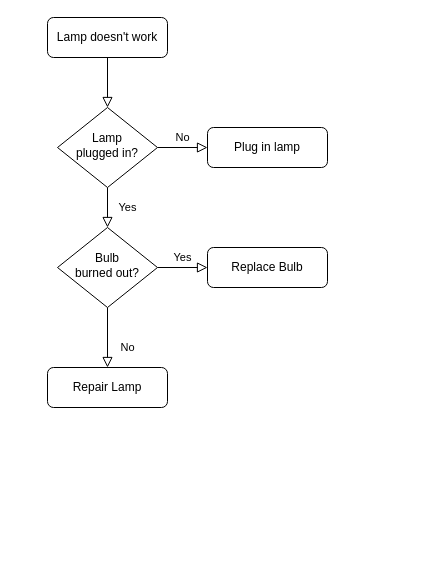
The draw.io diagram Untitled Diagram.drawio in cristiansp22/ionic, before the edit. Source tidied: cells renumbered, new cells numbered last; positions are measured from the earlier drawing's top-left corner, leaving out a move shared by most shapes. Both pictures are drawn from the tidied source at 100%, with x=0, y=0 at pixel (47, 17).
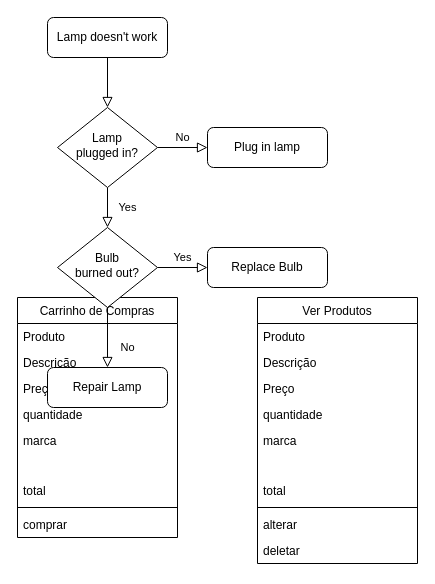
The same page after the edit.

Diff of the diagram source:
```diff
@@
+    <mxCell id="13" value="Ver Produtos" style="swimlane;fontStyle=0;align=center;verticalAlign=top;horizontal=1;startSize=26;rounded=0;shadow=0;strokeWidth=1;" parent="1" vertex="1">
+      <mxGeometry x="210" y="280" width="160" height="266" as="geometry" />
+    </mxCell>
+    <mxCell id="14" value="Produto" style="text;align=left;verticalAlign=top;spacingLeft=4;spacingRight=4;overflow=hidden;" parent="13" vertex="1">
+      <mxGeometry y="26" width="160" height="26" as="geometry" />
+    </mxCell>
+    <mxCell id="15" value="Descrição" style="text;align=left;verticalAlign=top;spacingLeft=4;spacingRight=4;overflow=hidden;rounded=0;shadow=0;html=0;" parent="13" vertex="1">
+      <mxGeometry y="52" width="160" height="26" as="geometry" />
+    </mxCell>
+    <mxCell id="16" value="Preço" style="text;align=left;verticalAlign=top;spacingLeft=4;spacingRight=4;overflow=hidden;rounded=0;shadow=0;html=0;" parent="13" vertex="1">
+      <mxGeometry y="78" width="160" height="26" as="geometry" />
+    </mxCell>
+    <mxCell id="17" value="quantidade" style="text;align=left;verticalAlign=top;spacingLeft=4;spacingRight=4;overflow=hidden;rounded=0;shadow=0;html=0;" parent="13" vertex="1">
+      <mxGeometry y="104" width="160" height="26" as="geometry" />
+    </mxCell>
+    <mxCell id="18" value="marca" style="text;align=left;verticalAlign=top;spacingLeft=4;spacingRight=4;overflow=hidden;rounded=0;shadow=0;html=0;" parent="13" vertex="1">
+      <mxGeometry y="130" width="160" height="50" as="geometry" />
+    </mxCell>
+    <mxCell id="19" value="total" style="text;align=left;verticalAlign=top;spacingLeft=4;spacingRight=4;overflow=hidden;" parent="13" vertex="1">
+      <mxGeometry y="180" width="160" height="26" as="geometry" />
+    </mxCell>
+    <mxCell id="20" style="line;html=1;strokeWidth=1;align=left;verticalAlign=middle;spacingTop=-1;spacingLeft=3;spacingRight=3;labelPosition=right;" parent="13" vertex="1">
+      <mxGeometry y="206" width="160" height="8" as="geometry" />
+    </mxCell>
+    <mxCell id="21" value="alterar" style="text;align=left;verticalAlign=top;spacingLeft=4;spacingRight=4;overflow=hidden;" parent="13" vertex="1">
+      <mxGeometry y="214" width="160" height="26" as="geometry" />
+    </mxCell>
+    <mxCell id="22" value="deletar" style="text;align=left;verticalAlign=top;spacingLeft=4;spacingRight=4;overflow=hidden;" parent="13" vertex="1">
+      <mxGeometry y="240" width="160" height="26" as="geometry" />
+    </mxCell>
@@
+    <mxCell id="23" value="Carrinho de Compras" style="swimlane;fontStyle=0;align=center;verticalAlign=top;horizontal=1;startSize=26;rounded=0;shadow=0;strokeWidth=1;" parent="1" vertex="1">
+      <mxGeometry x="-30" y="280" width="160" height="240" as="geometry" />
+    </mxCell>
+    <mxCell id="24" value="Produto" style="text;align=left;verticalAlign=top;spacingLeft=4;spacingRight=4;overflow=hidden;" parent="23" vertex="1">
+      <mxGeometry y="26" width="160" height="26" as="geometry" />
+    </mxCell>
+    <mxCell id="25" value="Descrição" style="text;align=left;verticalAlign=top;spacingLeft=4;spacingRight=4;overflow=hidden;rounded=0;shadow=0;html=0;" parent="23" vertex="1">
+      <mxGeometry y="52" width="160" height="26" as="geometry" />
+    </mxCell>
+    <mxCell id="26" value="Preço" style="text;align=left;verticalAlign=top;spacingLeft=4;spacingRight=4;overflow=hidden;rounded=0;shadow=0;html=0;" parent="23" vertex="1">
+      <mxGeometry y="78" width="160" height="26" as="geometry" />
+    </mxCell>
+    <mxCell id="27" value="quantidade" style="text;align=left;verticalAlign=top;spacingLeft=4;spacingRight=4;overflow=hidden;rounded=0;shadow=0;html=0;" parent="23" vertex="1">
+      <mxGeometry y="104" width="160" height="26" as="geometry" />
+    </mxCell>
+    <mxCell id="28" value="marca" style="text;align=left;verticalAlign=top;spacingLeft=4;spacingRight=4;overflow=hidden;rounded=0;shadow=0;html=0;" parent="23" vertex="1">
+      <mxGeometry y="130" width="160" height="50" as="geometry" />
+    </mxCell>
+    <mxCell id="29" value="total" style="text;align=left;verticalAlign=top;spacingLeft=4;spacingRight=4;overflow=hidden;" parent="23" vertex="1">
+      <mxGeometry y="180" width="160" height="26" as="geometry" />
+    </mxCell>
+    <mxCell id="30" style="line;html=1;strokeWidth=1;align=left;verticalAlign=middle;spacingTop=-1;spacingLeft=3;spacingRight=3;labelPosition=right;" parent="23" vertex="1">
+      <mxGeometry y="206" width="160" height="8" as="geometry" />
+    </mxCell>
+    <mxCell id="31" value="comprar" style="text;align=left;verticalAlign=top;spacingLeft=4;spacingRight=4;overflow=hidden;" parent="23" vertex="1">
+      <mxGeometry y="214" width="160" height="26" as="geometry" />
+    </mxCell>
```
